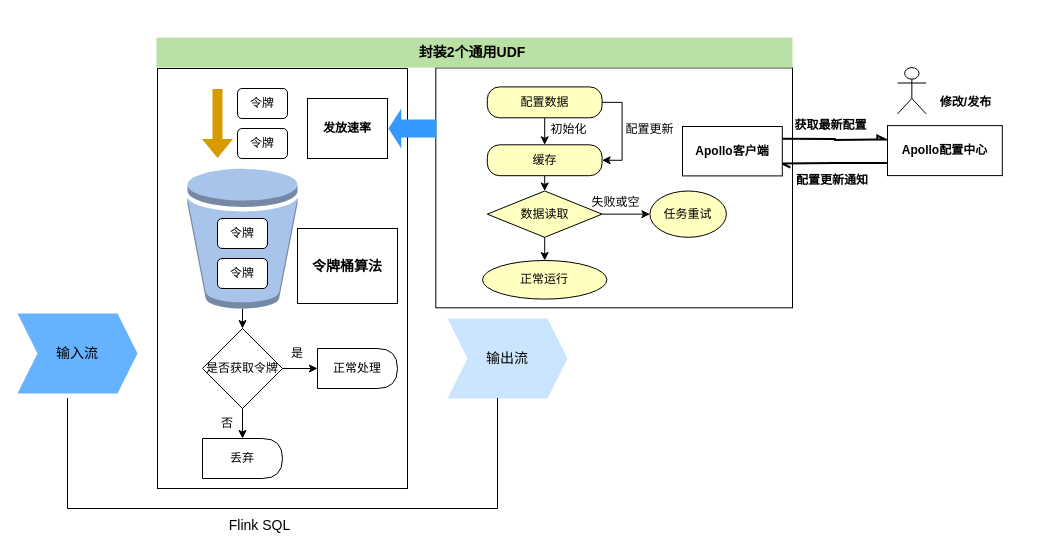
This is yx实时限流.drawio from mineminemine123/work-wiki, a draw.io file, before an edit. Source tidied: cells renumbered, new cells numbered last; positions are measured from the earlier drawing's top-left corner, leaving out a move shared by most shapes. Both pictures are drawn from the tidied source at 100%, with x=0, y=0 at pixel (17, 16).
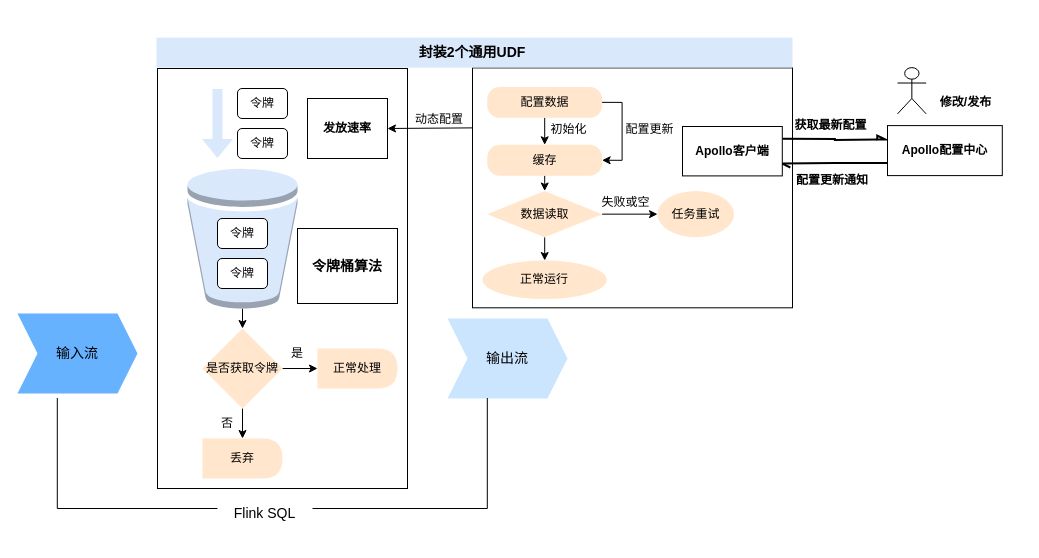
The same page after the edit.

Commit message:
更新yx实时限流.drawio

Change to the diagram source:
```diff
@@
-    <mxCell id="2" style="rounded=0;whiteSpace=wrap;html=1;strokeColor=default;fillColor=default;" parent="1" vertex="1">
+    <mxCell id="2" style="rounded=0;whiteSpace=wrap;html=1;strokeColor=default;fillColor=default;fontFamily=微软雅黑;" parent="1" vertex="1">
       <mxGeometry x="140" y="52" width="250" height="420" as="geometry" />
     </mxCell>
-    <mxCell id="3" style="edgeStyle=orthogonalEdgeStyle;rounded=0;jettySize=auto;html=1;exitX=0.5;exitY=1;exitDx=0;exitDy=0;exitPerimeter=0;entryX=0.5;entryY=0;entryDx=0;entryDy=0;" parent="1" edge="1" source="4" target="12">
+    <mxCell id="3" style="edgeStyle=orthogonalEdgeStyle;rounded=0;jettySize=auto;html=1;exitX=0.5;exitY=1;exitDx=0;exitDy=0;exitPerimeter=0;entryX=0.5;entryY=0;entryDx=0;entryDy=0;fontFamily=微软雅黑;" parent="1" edge="1" source="4" target="12">
       <mxGeometry relative="1" as="geometry" />
     </mxCell>
-    <mxCell id="4" style="outlineConnect=0;dashed=0;verticalLabelPosition=bottom;verticalAlign=top;align=center;html=1;shape=mxgraph.aws3.bucket;fillColor=#A9C4EB;gradientColor=none;" parent="1" vertex="1">
+    <mxCell id="4" style="outlineConnect=0;dashed=0;verticalLabelPosition=bottom;verticalAlign=top;align=center;html=1;shape=mxgraph.aws3.bucket;fillColor=#dae8fc;strokeColor=#6c8ebf;fontFamily=微软雅黑;" parent="1" vertex="1">
       <mxGeometry x="170" y="152" width="110" height="140" as="geometry" />
     </mxCell>
-    <mxCell id="5" value="令牌" style="rounded=1;whiteSpace=wrap;html=1;fillColor=default;strokeColor=default;" parent="1" vertex="1">
+    <mxCell id="5" value="令牌" style="rounded=1;whiteSpace=wrap;html=1;fillColor=default;strokeColor=default;fontFamily=微软雅黑;" parent="1" vertex="1">
       <mxGeometry x="200" y="242" width="50" height="30" as="geometry" />
     </mxCell>
-    <mxCell id="6" value="令牌" style="rounded=1;whiteSpace=wrap;html=1;fillColor=default;strokeColor=default;" parent="1" vertex="1">
+    <mxCell id="6" value="令牌" style="rounded=1;whiteSpace=wrap;html=1;fillColor=default;strokeColor=default;fontFamily=微软雅黑;" parent="1" vertex="1">
       <mxGeometry x="200" y="202" width="50" height="30" as="geometry" />
     </mxCell>
-    <mxCell id="7" style="shape=flexArrow;endArrow=classic;html=1;rounded=0;strokeColor=none;fillColor=#D79B00;" parent="1" edge="1">
+    <mxCell id="7" style="shape=flexArrow;endArrow=classic;html=1;rounded=0;strokeColor=none;fillColor=#dae8fc;fontFamily=微软雅黑;" parent="1" edge="1">
       <mxGeometry relative="1" as="geometry">
         <mxPoint x="200" y="72" as="sourcePoint" />
         <mxPoint x="200" y="142" as="targetPoint" />
       </mxGeometry>
     </mxCell>
-    <mxCell id="8" value="令牌" style="rounded=1;whiteSpace=wrap;html=1;fillColor=default;strokeColor=default;" parent="1" vertex="1">
+    <mxCell id="8" value="令牌" style="rounded=1;whiteSpace=wrap;html=1;fillColor=default;strokeColor=default;fontFamily=微软雅黑;" parent="1" vertex="1">
       <mxGeometry x="220" y="72" width="50" height="30" as="geometry" />
     </mxCell>
-    <mxCell id="9" value="令牌" style="rounded=1;whiteSpace=wrap;html=1;fillColor=default;strokeColor=default;" parent="1" vertex="1">
+    <mxCell id="9" value="令牌" style="rounded=1;whiteSpace=wrap;html=1;fillColor=default;strokeColor=default;fontFamily=微软雅黑;" parent="1" vertex="1">
       <mxGeometry x="220" y="112" width="50" height="30" as="geometry" />
     </mxCell>
-    <mxCell id="10" style="edgeStyle=orthogonalEdgeStyle;rounded=0;jettySize=auto;html=1;exitX=0.5;exitY=1;exitDx=0;exitDy=0;" parent="1" edge="1" source="12" target="14">
+    <mxCell id="10" style="edgeStyle=orthogonalEdgeStyle;rounded=0;jettySize=auto;html=1;exitX=0.5;exitY=1;exitDx=0;exitDy=0;fontFamily=微软雅黑;" parent="1" edge="1" source="12" target="14">
       <mxGeometry relative="1" as="geometry" />
     </mxCell>
-    <mxCell id="11" style="edgeStyle=orthogonalEdgeStyle;rounded=0;jettySize=auto;html=1;exitX=1;exitY=0.5;exitDx=0;exitDy=0;" parent="1" edge="1" source="12" target="13">
+    <mxCell id="11" style="edgeStyle=orthogonalEdgeStyle;rounded=0;jettySize=auto;html=1;exitX=1;exitY=0.5;exitDx=0;exitDy=0;fontFamily=微软雅黑;" parent="1" edge="1" source="12" target="13">
       <mxGeometry relative="1" as="geometry" />
     </mxCell>
-    <mxCell id="12" value="是否获取令牌" style="rhombus;whiteSpace=wrap;html=1;strokeColor=default;fillColor=default;" parent="1" vertex="1">
+    <mxCell id="12" value="是否获取令牌" style="rhombus;whiteSpace=wrap;html=1;strokeColor=none;fillColor=#ffe6cc;fontFamily=微软雅黑;" parent="1" vertex="1">
       <mxGeometry x="185" y="312" width="80" height="80" as="geometry" />
     </mxCell>
-    <mxCell id="13" value="正常处理" style="shape=delay;whiteSpace=wrap;html=1;strokeColor=default;fillColor=default;" parent="1" vertex="1">
+    <mxCell id="13" value="正常处理" style="shape=delay;whiteSpace=wrap;html=1;strokeColor=none;fillColor=#ffe6cc;fontFamily=微软雅黑;" parent="1" vertex="1">
       <mxGeometry x="300" y="332" width="80" height="40" as="geometry" />
     </mxCell>
-    <mxCell id="14" value="丢弃" style="shape=delay;whiteSpace=wrap;html=1;strokeColor=default;fillColor=default;" parent="1" vertex="1">
+    <mxCell id="14" value="丢弃" style="shape=delay;whiteSpace=wrap;html=1;strokeColor=none;fillColor=#ffe6cc;fontFamily=微软雅黑;" parent="1" vertex="1">
       <mxGeometry x="185" y="422" width="80" height="40" as="geometry" />
     </mxCell>
-    <mxCell id="15" value="否" style="text;html=1;strokeColor=none;fillColor=none;align=center;verticalAlign=middle;whiteSpace=wrap;rounded=0;" parent="1" vertex="1">
+    <mxCell id="15" value="否" style="text;html=1;strokeColor=none;fillColor=none;align=center;verticalAlign=middle;whiteSpace=wrap;rounded=0;fontFamily=微软雅黑;" parent="1" vertex="1">
       <mxGeometry x="180" y="392" width="60" height="30" as="geometry" />
     </mxCell>
-    <mxCell id="16" value="是" style="text;html=1;strokeColor=none;fillColor=none;align=center;verticalAlign=middle;whiteSpace=wrap;rounded=0;" parent="1" vertex="1">
+    <mxCell id="16" value="是" style="text;html=1;strokeColor=none;fillColor=none;align=center;verticalAlign=middle;whiteSpace=wrap;rounded=0;fontFamily=微软雅黑;" parent="1" vertex="1">
       <mxGeometry x="250" y="322" width="60" height="30" as="geometry" />
     </mxCell>
-    <mxCell id="17" value="&lt;b&gt;&lt;font style=&quot;font-size: 14px;&quot;&gt;令牌桶算法&lt;/font&gt;&lt;/b&gt;" style="rounded=0;whiteSpace=wrap;html=1;strokeColor=default;fillColor=default;" parent="1" vertex="1">
+    <mxCell id="17" value="&lt;b&gt;&lt;font style=&quot;font-size: 14px;&quot;&gt;令牌桶算法&lt;/font&gt;&lt;/b&gt;" style="rounded=0;whiteSpace=wrap;html=1;strokeColor=default;fillColor=default;fontFamily=微软雅黑;" parent="1" vertex="1">
       <mxGeometry x="280" y="212" width="100" height="75" as="geometry" />
     </mxCell>
-    <mxCell id="18" style="group;" parent="1" vertex="1">
+    <mxCell id="18" style="group;fontFamily=微软雅黑;" parent="1" vertex="1">
       <mxGeometry x="265" y="0.4" width="740" height="523.1" as="geometry" />
     </mxCell>
-    <mxCell id="19" style="rounded=0;whiteSpace=wrap;html=1;strokeColor=default;fillColor=default;" parent="18" vertex="1">
-      <mxGeometry x="153.3" y="51" width="356.7" height="239.9" as="geometry" />
+    <mxCell id="19" style="rounded=0;whiteSpace=wrap;html=1;strokeColor=default;fillColor=default;fontFamily=微软雅黑;" parent="18" vertex="1">
+      <mxGeometry x="190" y="51" width="320" height="239.9" as="geometry" />
     </mxCell>
-    <mxCell id="20" style="edgeStyle=orthogonalEdgeStyle;rounded=0;jettySize=auto;html=1;exitX=0.5;exitY=1;exitDx=0;exitDy=0;entryX=0.5;entryY=0;entryDx=0;entryDy=0;" parent="18" edge="1" source="21" target="23">
+    <mxCell id="20" style="edgeStyle=orthogonalEdgeStyle;rounded=0;jettySize=auto;html=1;exitX=0.5;exitY=1;exitDx=0;exitDy=0;entryX=0.5;entryY=0;entryDx=0;entryDy=0;fontFamily=微软雅黑;" parent="18" edge="1" source="21" target="23">
       <mxGeometry relative="1" as="geometry" />
     </mxCell>
-    <mxCell id="21" value="配置数据" style="rounded=1;whiteSpace=wrap;html=1;arcSize=40;fontColor=#000000;fillColor=#ffffc0;strokeColor=#000000;" parent="18" vertex="1">
+    <mxCell id="21" value="配置数据" style="rounded=1;whiteSpace=wrap;html=1;arcSize=40;fillColor=#ffe6cc;strokeColor=none;fontFamily=微软雅黑;" parent="18" vertex="1">
       <mxGeometry x="204.8" y="70" width="114.8" height="30.9" as="geometry" />
     </mxCell>
-    <mxCell id="22" style="edgeStyle=orthogonalEdgeStyle;rounded=0;jettySize=auto;html=1;exitX=0.5;exitY=1;exitDx=0;exitDy=0;entryX=0.5;entryY=0;entryDx=0;entryDy=0;" parent="18" edge="1" source="23" target="27">
+    <mxCell id="22" style="edgeStyle=orthogonalEdgeStyle;rounded=0;jettySize=auto;html=1;exitX=0.5;exitY=1;exitDx=0;exitDy=0;entryX=0.5;entryY=0;entryDx=0;entryDy=0;fontFamily=微软雅黑;" parent="18" edge="1" source="23" target="27">
       <mxGeometry relative="1" as="geometry" />
     </mxCell>
-    <mxCell id="23" value="缓存" style="rounded=1;whiteSpace=wrap;html=1;arcSize=40;fontColor=#000000;fillColor=#ffffc0;strokeColor=#000000;" parent="18" vertex="1">
+    <mxCell id="23" value="缓存" style="rounded=1;whiteSpace=wrap;html=1;arcSize=40;fillColor=#ffe6cc;strokeColor=none;fontFamily=微软雅黑;" parent="18" vertex="1">
       <mxGeometry x="204.8" y="127.9" width="114.8" height="30.9" as="geometry" />
     </mxCell>
-    <mxCell id="24" style="edgeStyle=orthogonalEdgeStyle;rounded=0;jettySize=auto;html=1;exitX=1;exitY=0.5;exitDx=0;exitDy=0;entryX=1;entryY=0.5;entryDx=0;entryDy=0;strokeColor=#000000;" parent="18" edge="1" source="21" target="23">
+    <mxCell id="24" style="edgeStyle=orthogonalEdgeStyle;rounded=0;jettySize=auto;html=1;exitX=1;exitY=0.5;exitDx=0;exitDy=0;entryX=1;entryY=0.5;entryDx=0;entryDy=0;strokeColor=#000000;fontFamily=微软雅黑;" parent="18" edge="1" source="21" target="23">
       <mxGeometry relative="1" as="geometry" />
     </mxCell>
-    <mxCell id="25" style="edgeStyle=orthogonalEdgeStyle;rounded=0;jettySize=auto;html=1;exitX=0.5;exitY=1;exitDx=0;exitDy=0;entryX=0.5;entryY=0;entryDx=0;entryDy=0;" parent="18" edge="1" source="27" target="28">
+    <mxCell id="25" style="edgeStyle=orthogonalEdgeStyle;rounded=0;jettySize=auto;html=1;exitX=0.5;exitY=1;exitDx=0;exitDy=0;entryX=0.5;entryY=0;entryDx=0;entryDy=0;fontFamily=微软雅黑;" parent="18" edge="1" source="27" target="28">
       <mxGeometry relative="1" as="geometry" />
     </mxCell>
-    <mxCell id="26" style="edgeStyle=orthogonalEdgeStyle;rounded=0;jettySize=auto;html=1;exitX=1;exitY=0.5;exitDx=0;exitDy=0;entryX=0;entryY=0.5;entryDx=0;entryDy=0;" parent="18" edge="1" source="27" target="29">
+    <mxCell id="26" style="edgeStyle=orthogonalEdgeStyle;rounded=0;jettySize=auto;html=1;exitX=1;exitY=0.5;exitDx=0;exitDy=0;entryX=0;entryY=0.5;entryDx=0;entryDy=0;fontFamily=微软雅黑;" parent="18" edge="1" source="27" target="29">
       <mxGeometry relative="1" as="geometry" />
     </mxCell>
-    <mxCell id="27" value="数据读取" style="rhombus;whiteSpace=wrap;html=1;fillColor=#ffffc0;strokeColor=#000000;" parent="18" vertex="1">
+    <mxCell id="27" value="数据读取" style="rhombus;whiteSpace=wrap;html=1;fillColor=#ffe6cc;strokeColor=none;fontFamily=微软雅黑;" parent="18" vertex="1">
       <mxGeometry x="204.8" y="174.1" width="114.8" height="46.3" as="geometry" />
     </mxCell>
-    <mxCell id="28" value="正常运行" style="ellipse;whiteSpace=wrap;html=1;strokeColor=#000000;fillColor=#FFFFC0;" parent="18" vertex="1">
+    <mxCell id="28" value="正常运行" style="ellipse;whiteSpace=wrap;html=1;strokeColor=none;fillColor=#ffe6cc;fontFamily=微软雅黑;" parent="18" vertex="1">
       <mxGeometry x="200" y="243.6" width="124.4" height="38.6" as="geometry" />
     </mxCell>
-    <mxCell id="29" value="任务重试" style="ellipse;whiteSpace=wrap;html=1;strokeColor=#000000;fillColor=#FFFFC0;" parent="18" vertex="1">
-      <mxGeometry x="367.4" y="174.1" width="76.5" height="46.3" as="geometry" />
+    <mxCell id="29" value="任务重试" style="ellipse;whiteSpace=wrap;html=1;strokeColor=none;fillColor=#ffe6cc;fontFamily=微软雅黑;" parent="18" vertex="1">
+      <mxGeometry x="375" y="174.1" width="76.5" height="46.3" as="geometry" />
     </mxCell>
-    <mxCell id="30" value="配置更新" style="text;html=1;strokeColor=none;fillColor=none;align=center;verticalAlign=middle;whiteSpace=wrap;rounded=0;" parent="18" vertex="1">
+    <mxCell id="30" value="配置更新" style="text;html=1;strokeColor=none;fillColor=none;align=center;verticalAlign=middle;whiteSpace=wrap;rounded=0;fontFamily=微软雅黑;" parent="18" vertex="1">
       <mxGeometry x="329.2" y="100.9" width="76.5" height="23.1" as="geometry" />
     </mxCell>
-    <mxCell id="31" value="初始化" style="text;html=1;strokeColor=none;fillColor=none;align=center;verticalAlign=middle;whiteSpace=wrap;rounded=0;" parent="18" vertex="1">
+    <mxCell id="31" value="初始化" style="text;html=1;strokeColor=none;fillColor=none;align=center;verticalAlign=middle;whiteSpace=wrap;rounded=0;fontFamily=微软雅黑;" parent="18" vertex="1">
       <mxGeometry x="247.8" y="100.9" width="76.5" height="23.1" as="geometry" />
     </mxCell>
-    <mxCell id="32" style="edgeStyle=orthogonalEdgeStyle;rounded=0;jettySize=auto;html=1;exitX=1;exitY=0.25;exitDx=0;exitDy=0;fontSize=14;endArrow=async;endFill=0;fillColor=default;strokeWidth=2;" parent="18" edge="1" source="33">
+    <mxCell id="32" style="edgeStyle=orthogonalEdgeStyle;rounded=0;jettySize=auto;html=1;exitX=1;exitY=0.25;exitDx=0;exitDy=0;fontSize=14;endArrow=async;endFill=0;fillColor=default;strokeWidth=2;fontFamily=微软雅黑;" parent="18" edge="1" source="33">
       <mxGeometry relative="1" as="geometry">
         <mxPoint x="605" y="122.6" as="targetPoint" />
       </mxGeometry>
     </mxCell>
-    <mxCell id="33" value="&lt;h4&gt;Apollo客户端&lt;/h4&gt;" style="rounded=0;whiteSpace=wrap;html=1;" parent="18" vertex="1">
+    <mxCell id="33" value="&lt;h4&gt;Apollo客户端&lt;/h4&gt;" style="rounded=0;whiteSpace=wrap;html=1;fontFamily=微软雅黑;" parent="18" vertex="1">
       <mxGeometry x="400" y="109.6" width="99.8" height="49.4" as="geometry" />
     </mxCell>
-    <mxCell id="34" style="edgeStyle=orthogonalEdgeStyle;rounded=0;jettySize=auto;html=1;exitX=0;exitY=0.75;exitDx=0;exitDy=0;entryX=1;entryY=0.75;entryDx=0;entryDy=0;strokeWidth=2;fontSize=14;endArrow=openAsync;endFill=0;fillColor=default;" parent="18" edge="1" source="35" target="33">
+    <mxCell id="34" style="edgeStyle=orthogonalEdgeStyle;rounded=0;jettySize=auto;html=1;exitX=0;exitY=0.75;exitDx=0;exitDy=0;entryX=1;entryY=0.75;entryDx=0;entryDy=0;strokeWidth=2;fontSize=14;endArrow=openAsync;endFill=0;fillColor=default;fontFamily=微软雅黑;" parent="18" edge="1" source="35" target="33">
       <mxGeometry relative="1" as="geometry" />
     </mxCell>
-    <mxCell id="35" value="&lt;h4&gt;Apollo配置中心&lt;/h4&gt;" style="rounded=0;whiteSpace=wrap;html=1;" parent="18" vertex="1">
+    <mxCell id="35" value="&lt;h4&gt;Apollo配置中心&lt;/h4&gt;" style="rounded=0;whiteSpace=wrap;html=1;fontFamily=微软雅黑;" parent="18" vertex="1">
       <mxGeometry x="605" y="108.7" width="114.8" height="50" as="geometry" />
     </mxCell>
-    <mxCell id="36" value="失败或空" style="text;html=1;strokeColor=none;fillColor=none;align=center;verticalAlign=middle;whiteSpace=wrap;rounded=0;" parent="18" vertex="1">
-      <mxGeometry x="295" y="174.1" width="76.5" height="23.1" as="geometry" />
+    <mxCell id="36" value="失败或空" style="text;html=1;strokeColor=none;fillColor=none;align=center;verticalAlign=middle;whiteSpace=wrap;rounded=0;fontFamily=微软雅黑;" parent="18" vertex="1">
+      <mxGeometry x="305" y="174.1" width="76.5" height="23.1" as="geometry" />
     </mxCell>
-    <mxCell id="37" value="&lt;h4&gt;配置更新通知&lt;/h4&gt;" style="text;html=1;strokeColor=none;fillColor=none;align=center;verticalAlign=middle;whiteSpace=wrap;rounded=0;" parent="18" vertex="1">
+    <mxCell id="37" value="&lt;h4&gt;配置更新通知&lt;/h4&gt;" style="text;html=1;strokeColor=none;fillColor=none;align=center;verticalAlign=middle;whiteSpace=wrap;rounded=0;fontFamily=微软雅黑;" parent="18" vertex="1">
       <mxGeometry x="510" y="151.6" width="80" height="23.1" as="geometry" />
     </mxCell>
-    <mxCell id="38" value="&lt;h4&gt;修改/发布&lt;/h4&gt;" style="text;html=1;strokeColor=none;fillColor=none;align=center;verticalAlign=middle;whiteSpace=wrap;rounded=0;" parent="18" vertex="1">
+    <mxCell id="38" value="&lt;h4&gt;修改/发布&lt;/h4&gt;" style="text;html=1;strokeColor=none;fillColor=none;align=center;verticalAlign=middle;whiteSpace=wrap;rounded=0;fontFamily=微软雅黑;" parent="18" vertex="1">
       <mxGeometry x="655" y="73.9" width="57.4" height="23.1" as="geometry" />
     </mxCell>
-    <mxCell id="39" style="shape=umlActor;verticalLabelPosition=bottom;verticalAlign=top;html=1;" parent="18" vertex="1">
+    <mxCell id="39" style="shape=umlActor;verticalLabelPosition=bottom;verticalAlign=top;html=1;fontFamily=微软雅黑;" parent="18" vertex="1">
       <mxGeometry x="615" y="50.7" width="28.7" height="46.3" as="geometry" />
     </mxCell>
-    <mxCell id="40" value="&lt;h4&gt;获取最新配置&lt;/h4&gt;" style="text;html=1;strokeColor=none;fillColor=none;align=center;verticalAlign=middle;whiteSpace=wrap;rounded=0;" parent="18" vertex="1">
+    <mxCell id="40" value="&lt;h4&gt;获取最新配置&lt;/h4&gt;" style="text;html=1;strokeColor=none;fillColor=none;align=center;verticalAlign=middle;whiteSpace=wrap;rounded=0;fontFamily=微软雅黑;" parent="18" vertex="1">
       <mxGeometry x="510" y="97" width="76.5" height="23.1" as="geometry" />
     </mxCell>
-    <mxCell id="41" style="shape=flexArrow;endArrow=classic;html=1;rounded=0;strokeWidth=2;fontSize=14;fillColor=#3399FF;width=17;endSize=3.59;entryX=1;entryY=0.5;entryDx=0;entryDy=0;strokeColor=none;" parent="18" edge="1" target="44">
-      <mxGeometry relative="1" as="geometry">
-        <mxPoint x="155" y="111.6" as="sourcePoint" />
-      </mxGeometry>
-    </mxCell>
-    <mxCell id="42" value="输出流" style="shape=step;perimeter=stepPerimeter;whiteSpace=wrap;html=1;fixedSize=1;strokeColor=none;fontSize=14;fillColor=#CCE5FF;" parent="18" vertex="1">
+    <mxCell id="42" value="输出流" style="shape=step;perimeter=stepPerimeter;whiteSpace=wrap;html=1;fixedSize=1;strokeColor=none;fontSize=14;fillColor=#CCE5FF;fontFamily=微软雅黑;" parent="18" vertex="1">
       <mxGeometry x="165" y="301.6" width="120" height="80" as="geometry" />
     </mxCell>
-    <mxCell id="43" value="&lt;b&gt;封装2个通用UDF&amp;nbsp;&lt;/b&gt;" style="text;html=1;strokeColor=none;fillColor=#B9E0A5;align=center;verticalAlign=middle;whiteSpace=wrap;rounded=0;fontSize=14;" parent="18" vertex="1">
+    <mxCell id="43" value="&lt;b&gt;封装2个通用UDF&amp;nbsp;&lt;/b&gt;" style="text;html=1;strokeColor=none;fillColor=#dae8fc;align=center;verticalAlign=middle;whiteSpace=wrap;rounded=0;fontSize=14;fontFamily=微软雅黑;" parent="18" vertex="1">
       <mxGeometry x="-126" y="20.7" width="636" height="30" as="geometry" />
     </mxCell>
+    <mxCell id="48" value="&lt;font style=&quot;font-size: 12px;&quot;&gt;动态配置&lt;/font&gt;" style="text;html=1;strokeColor=none;fillColor=none;align=center;verticalAlign=middle;whiteSpace=wrap;rounded=0;fontSize=14;fontFamily=微软雅黑;" parent="18" vertex="1">
+      <mxGeometry x="132" y="97" width="50" height="8.7" as="geometry" />
+    </mxCell>
+    <mxCell id="46" style="shape=partialRectangle;whiteSpace=wrap;html=1;bottom=1;right=1;left=1;top=0;fillColor=none;routingCenterX=-0.5;strokeColor=default;fontSize=14;fontFamily=微软雅黑;" parent="18" vertex="1">
+      <mxGeometry x="-225.2" y="381.6" width="430" height="110" as="geometry" />
+    </mxCell>
+    <mxCell id="47" value="Flink SQL" style="text;html=1;strokeColor=none;fillColor=default;align=center;verticalAlign=middle;whiteSpace=wrap;rounded=0;fontSize=14;fontFamily=微软雅黑;" parent="18" vertex="1">
+      <mxGeometry x="-65" y="481.6" width="95" height="30" as="geometry" />
+    </mxCell>
-    <mxCell id="44" value="&lt;b&gt;发放速率&lt;/b&gt;" style="rounded=0;whiteSpace=wrap;html=1;strokeColor=default;fillColor=default;" parent="1" vertex="1">
+    <mxCell id="44" value="&lt;b&gt;发放速率&lt;/b&gt;" style="rounded=0;whiteSpace=wrap;html=1;strokeColor=default;fillColor=default;fontFamily=微软雅黑;" parent="1" vertex="1">
       <mxGeometry x="290" y="82" width="80" height="60" as="geometry" />
     </mxCell>
-    <mxCell id="45" value="输入流" style="shape=step;perimeter=stepPerimeter;whiteSpace=wrap;html=1;fixedSize=1;strokeColor=none;fontSize=14;fillColor=#66B2FF;" parent="1" vertex="1">
+    <mxCell id="45" value="输入流" style="shape=step;perimeter=stepPerimeter;whiteSpace=wrap;html=1;fixedSize=1;strokeColor=none;fontSize=14;fillColor=#66B2FF;fontFamily=微软雅黑;" parent="1" vertex="1">
       <mxGeometry y="297" width="120" height="80" as="geometry" />
     </mxCell>
-    <mxCell id="46" style="shape=partialRectangle;whiteSpace=wrap;html=1;bottom=1;right=1;left=1;top=0;fillColor=none;routingCenterX=-0.5;strokeColor=default;fontSize=14;" parent="1" vertex="1">
-      <mxGeometry x="50" y="382" width="430" height="110" as="geometry" />
-    </mxCell>
-    <mxCell id="47" value="Flink SQL" style="text;html=1;strokeColor=none;fillColor=none;align=center;verticalAlign=middle;whiteSpace=wrap;rounded=0;fontSize=14;" parent="1" vertex="1">
-      <mxGeometry x="195" y="494" width="95" height="30" as="geometry" />
-    </mxCell>
+    <mxCell id="49" style="endArrow=classic;html=1;rounded=0;sketch=0;strokeColor=default;strokeWidth=1;fontFamily=微软雅黑;fontSize=14;fillColor=none;exitX=0;exitY=0.25;exitDx=0;exitDy=0;" parent="1" edge="1" source="19">
+      <mxGeometry relative="1" as="geometry">
+        <mxPoint x="370" y="112" as="targetPoint" />
+      </mxGeometry>
+    </mxCell>
```
